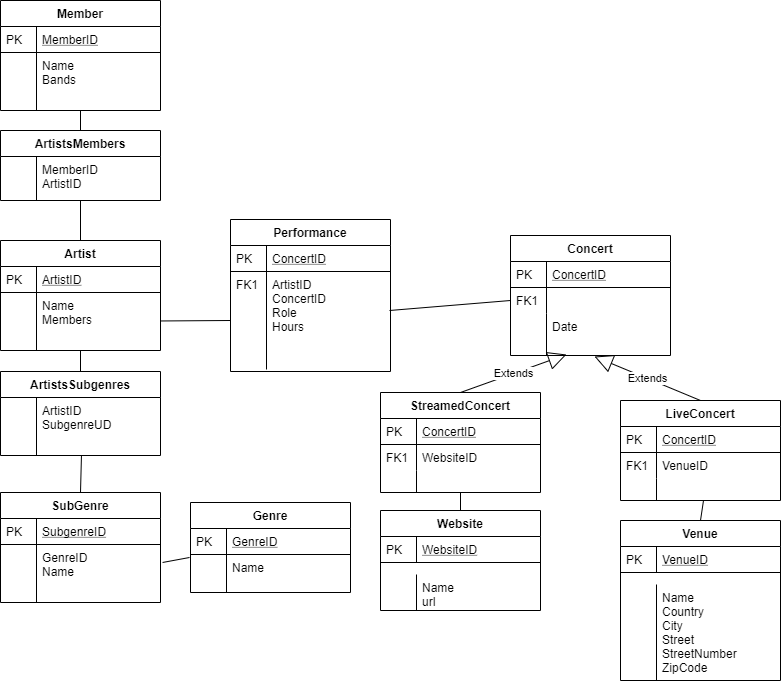
Earlier version of the draw.io export Diagram.png (krzempekk/concertbase). Source tidied: cells renumbered, new cells last; positions are measured from the earlier drawing's top-left corner, leaving out a move shared by most shapes.
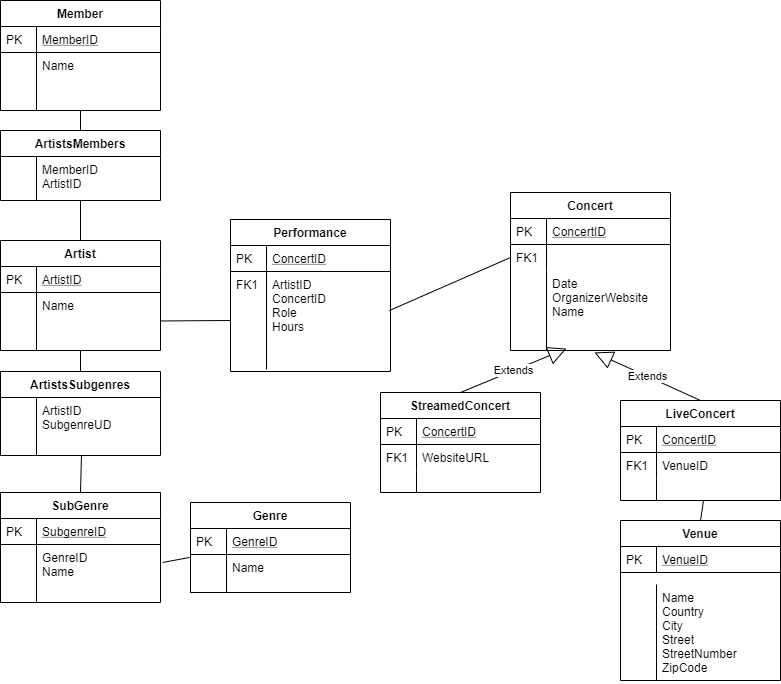
Later version of the same file.

The edit, as a diff of the source:
```diff
@@ -23,7 +23,7 @@
     <mxCell id="8" value="PK" style="shape=partialRectangle;top=0;left=0;bottom=0;fillColor=none;align=left;verticalAlign=top;spacingLeft=4;spacingRight=4;overflow=hidden;" parent="7" vertex="1">
       <mxGeometry width="36" height="26" as="geometry" />
     </mxCell>
-    <mxCell id="9" value="Name&#10;Members" style="shape=partialRectangle;top=0;left=0;right=0;bottom=0;align=left;verticalAlign=top;fillColor=none;spacingLeft=40;spacingRight=4;overflow=hidden;points=[[0,0.5],[1,0.5]];portConstraint=eastwest;rounded=0;shadow=0;strokeWidth=1;" parent="6" vertex="1">
+    <mxCell id="9" value="Name&#10;" style="shape=partialRectangle;top=0;left=0;right=0;bottom=0;align=left;verticalAlign=top;fillColor=none;spacingLeft=40;spacingRight=4;overflow=hidden;points=[[0,0.5],[1,0.5]];portConstraint=eastwest;rounded=0;shadow=0;strokeWidth=1;" parent="6" vertex="1">
       <mxGeometry y="52" width="160" height="58" as="geometry" />
     </mxCell>
     <mxCell id="10" style="shape=partialRectangle;top=0;left=0;bottom=0;fillColor=none;align=left;verticalAlign=top;spacingLeft=4;spacingRight=4;overflow=hidden;" parent="9" vertex="1">
@@ -65,9 +65,6 @@
     <mxCell id="22" value="Extends" style="endArrow=block;endSize=16;endFill=0;html=1;entryX=0.525;entryY=1.024;entryDx=0;entryDy=0;entryPerimeter=0;exitX=0.5;exitY=0;exitDx=0;exitDy=0;" parent="1" edge="1" source="33" target="75">
       <mxGeometry relative="1" as="geometry" />
     </mxCell>
-    <mxCell id="23" style="endArrow=none;html=1;exitX=0.5;exitY=0;exitDx=0;exitDy=0;" parent="1" edge="1" source="64" target="31">
-      <mxGeometry relative="1" as="geometry" />
-    </mxCell>
     <mxCell id="24" style="endArrow=none;html=1;exitX=0.5;exitY=0;exitDx=0;exitDy=0;" parent="1" edge="1" source="40">
       <mxGeometry relative="1" as="geometry">
         <mxPoint x="703" y="500" as="targetPoint" />
@@ -87,7 +84,7 @@
     <mxCell id="28" value="PK" style="shape=partialRectangle;top=0;left=0;bottom=0;fillColor=none;align=left;verticalAlign=top;spacingLeft=4;spacingRight=4;overflow=hidden;" parent="27" vertex="1">
       <mxGeometry width="36" height="26" as="geometry" />
     </mxCell>
-    <mxCell id="29" value="WebsiteID" style="shape=partialRectangle;top=0;left=0;right=0;bottom=0;align=left;verticalAlign=top;fillColor=none;spacingLeft=40;spacingRight=4;overflow=hidden;rounded=0;shadow=0;strokeWidth=1;" parent="26" vertex="1">
+    <mxCell id="29" value="WebsiteURL&#10;" style="shape=partialRectangle;top=0;left=0;right=0;bottom=0;align=left;verticalAlign=top;fillColor=none;spacingLeft=40;spacingRight=4;overflow=hidden;rounded=0;shadow=0;strokeWidth=1;" parent="26" vertex="1">
       <mxGeometry y="52" width="160" height="26" as="geometry" />
     </mxCell>
     <mxCell id="30" value="FK1" style="shape=partialRectangle;top=0;left=0;bottom=0;fillColor=none;align=left;verticalAlign=top;spacingLeft=4;spacingRight=4;overflow=hidden;" parent="29" vertex="1">
@@ -147,7 +144,7 @@
     <mxCell id="48" value="PK" style="shape=partialRectangle;top=0;left=0;bottom=0;fillColor=none;align=left;verticalAlign=top;spacingLeft=4;spacingRight=4;overflow=hidden;" parent="47" vertex="1">
       <mxGeometry width="36" height="26" as="geometry" />
     </mxCell>
-    <mxCell id="49" value="Name&#10;Bands" style="shape=partialRectangle;top=0;left=0;right=0;bottom=0;align=left;verticalAlign=top;fillColor=none;spacingLeft=40;spacingRight=4;overflow=hidden;points=[[0,0.5],[1,0.5]];portConstraint=eastwest;rounded=0;shadow=0;strokeWidth=1;" parent="46" vertex="1">
+    <mxCell id="49" value="Name" style="shape=partialRectangle;top=0;left=0;right=0;bottom=0;align=left;verticalAlign=top;fillColor=none;spacingLeft=40;spacingRight=4;overflow=hidden;points=[[0,0.5],[1,0.5]];portConstraint=eastwest;rounded=0;shadow=0;strokeWidth=1;" parent="46" vertex="1">
       <mxGeometry y="52" width="160" height="58" as="geometry" />
     </mxCell>
     <mxCell id="50" style="shape=partialRectangle;top=0;left=0;bottom=0;fillColor=none;align=left;verticalAlign=top;spacingLeft=4;spacingRight=4;overflow=hidden;" parent="49" vertex="1">
@@ -192,26 +189,8 @@
     <mxCell id="63" style="shape=partialRectangle;top=0;left=0;bottom=0;fillColor=none;align=left;verticalAlign=top;spacingLeft=4;spacingRight=4;overflow=hidden;" parent="62" vertex="1">
       <mxGeometry width="36" height="38" as="geometry" />
     </mxCell>
-    <mxCell id="64" value="Website" style="swimlane;fontStyle=1;horizontal=1;startSize=26;rounded=0;shadow=0;strokeWidth=1;" parent="1" vertex="1">
-      <mxGeometry x="380" y="510" width="160" height="100" as="geometry" />
-    </mxCell>
-    <mxCell id="65" value="WebsiteID" style="shape=partialRectangle;top=0;left=0;right=0;bottom=1;align=left;verticalAlign=top;fillColor=none;spacingLeft=40;spacingRight=4;overflow=hidden;rounded=0;shadow=0;strokeWidth=1;fontStyle=4;" parent="64" vertex="1">
-      <mxGeometry y="26" width="160" height="26" as="geometry" />
-    </mxCell>
-    <mxCell id="66" value="PK" style="shape=partialRectangle;top=0;left=0;bottom=0;fillColor=none;align=left;verticalAlign=top;spacingLeft=4;spacingRight=4;overflow=hidden;" parent="65" vertex="1">
-      <mxGeometry width="36" height="26" as="geometry" />
-    </mxCell>
-    <mxCell id="67" style="shape=partialRectangle;top=0;left=0;right=0;bottom=0;align=left;verticalAlign=top;fillColor=none;spacingLeft=40;spacingRight=4;overflow=hidden;rounded=0;shadow=0;strokeWidth=1;" parent="64" vertex="1">
-      <mxGeometry y="52" width="160" height="12" as="geometry" />
-    </mxCell>
-    <mxCell id="68" value="Name&#10;url&#10;&#10;&#10;" style="shape=partialRectangle;top=0;left=0;right=0;bottom=0;align=left;verticalAlign=top;fillColor=none;spacingLeft=40;spacingRight=4;overflow=hidden;rounded=0;shadow=0;strokeWidth=1;" parent="64" vertex="1">
-      <mxGeometry y="64" width="160" height="36" as="geometry" />
-    </mxCell>
-    <mxCell id="69" style="shape=partialRectangle;top=0;left=0;bottom=0;fillColor=none;align=left;verticalAlign=top;spacingLeft=4;spacingRight=4;overflow=hidden;" parent="68" vertex="1">
-      <mxGeometry width="36" height="36" as="geometry" />
-    </mxCell>
     <mxCell id="70" value="Concert" style="swimlane;fontStyle=1;horizontal=1;startSize=26;rounded=0;shadow=0;strokeWidth=1;" parent="1" vertex="1">
-      <mxGeometry x="510" y="235" width="160" height="120" as="geometry" />
+      <mxGeometry x="510" y="192" width="160" height="158" as="geometry" />
     </mxCell>
     <mxCell id="71" value="ConcertID" style="shape=partialRectangle;top=0;left=0;right=0;bottom=1;align=left;verticalAlign=top;fillColor=none;spacingLeft=40;spacingRight=4;overflow=hidden;rounded=0;shadow=0;strokeWidth=1;fontStyle=4;" parent="70" vertex="1">
       <mxGeometry y="26" width="160" height="26" as="geometry" />
@@ -225,11 +204,11 @@
     <mxCell id="74" value="FK1" style="shape=partialRectangle;top=0;left=0;bottom=0;fillColor=none;align=left;verticalAlign=top;spacingLeft=4;spacingRight=4;overflow=hidden;" parent="73" vertex="1">
       <mxGeometry width="36" height="26" as="geometry" />
     </mxCell>
-    <mxCell id="75" value="Date&#10;&#10;" style="shape=partialRectangle;top=0;left=0;right=0;bottom=0;align=left;verticalAlign=top;fillColor=none;spacingLeft=40;spacingRight=4;overflow=hidden;points=[[0,0.5],[1,0.5]];portConstraint=eastwest;rounded=0;shadow=0;strokeWidth=1;" parent="70" vertex="1">
-      <mxGeometry y="78" width="160" height="42" as="geometry" />
+    <mxCell id="75" value="Date&#10;OrganizerWebsite&#10;Name" style="shape=partialRectangle;top=0;left=0;right=0;bottom=0;align=left;verticalAlign=top;fillColor=none;spacingLeft=40;spacingRight=4;overflow=hidden;points=[[0,0.5],[1,0.5]];portConstraint=eastwest;rounded=0;shadow=0;strokeWidth=1;" parent="70" vertex="1">
+      <mxGeometry y="78" width="160" height="80" as="geometry" />
     </mxCell>
     <mxCell id="76" style="shape=partialRectangle;top=0;left=0;bottom=0;fillColor=none;align=left;verticalAlign=top;spacingLeft=4;spacingRight=4;overflow=hidden;" parent="75" vertex="1">
-      <mxGeometry width="36" height="42" as="geometry" />
+      <mxGeometry width="36" height="80" as="geometry" />
     </mxCell>
   </root>
 </mxGraphModel>
```
